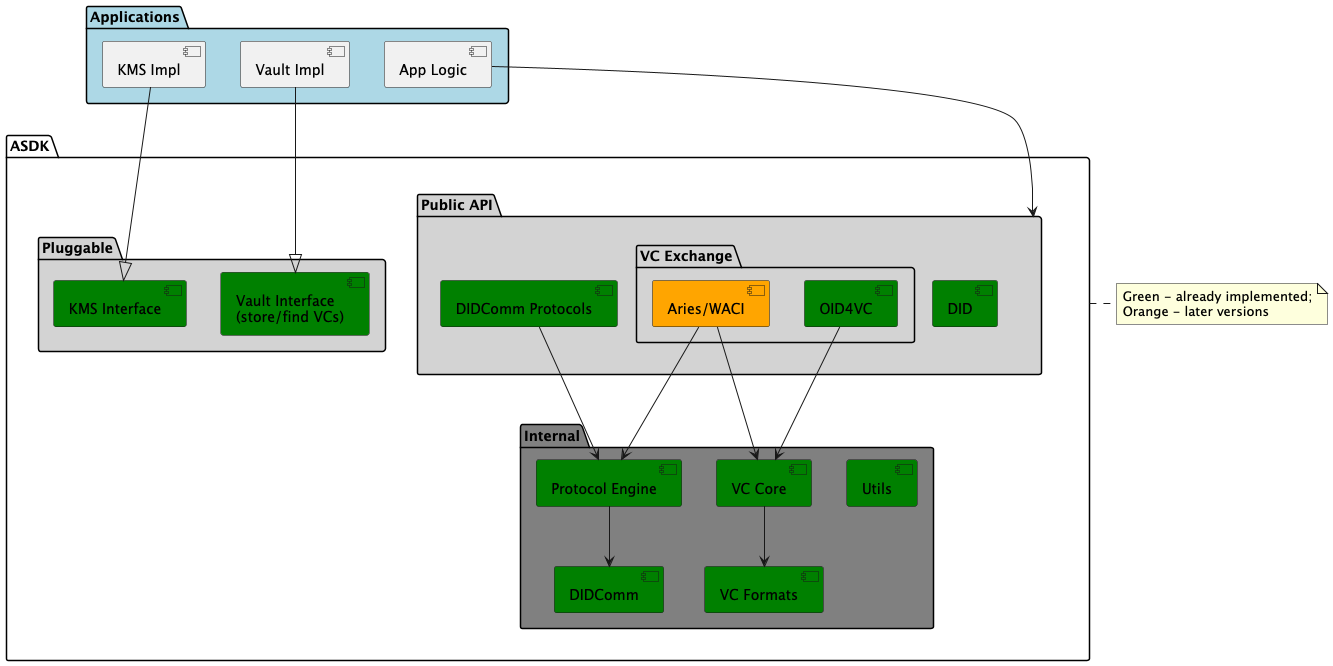
Above: docs/api-tiers.png in equs-ai/equs-credentials-sdk (PlantUML), before the change.
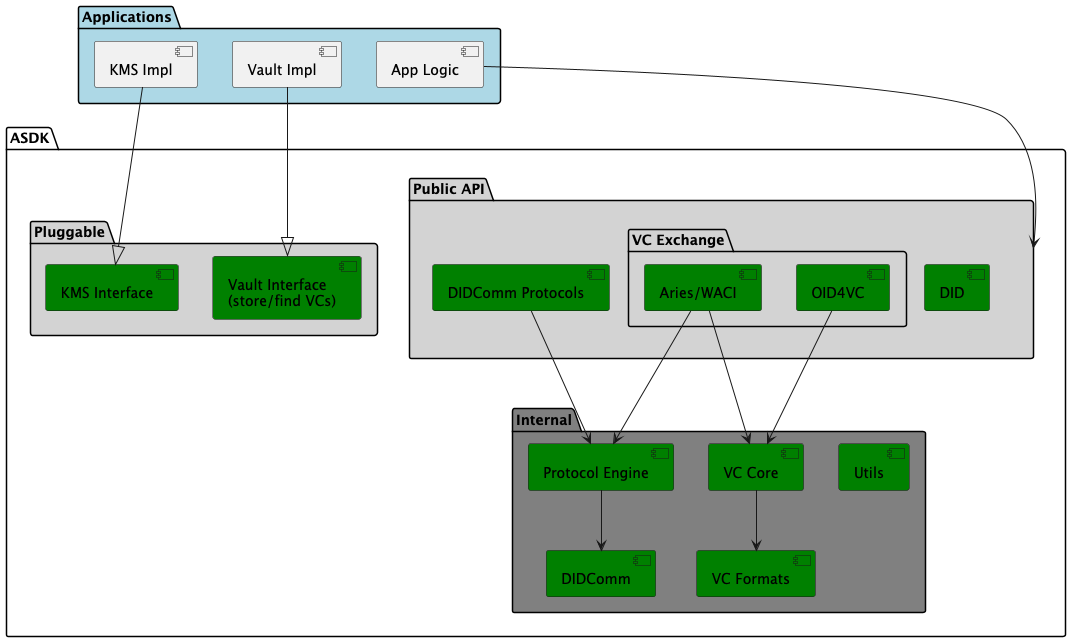
After the change.

What changed in the source:
```diff
@@ -16,7 +16,7 @@
     package "Public API" as API #LightGray {
          package "VC Exchange" as VC1 {
             [OID4VC] as VCOID #Green
-            [Aries/WACI] as AriesWACI #Orange
+            [Aries/WACI] as AriesWACI #Green
          }
          [DIDComm Protocols] as DIDCommP #Green
 
@@ -46,7 +46,6 @@
 KMSApp --|> KMS
 AppL --> API
 
-note right of ASDK: Green - already implemented;\nOrange - later versions
 
 
 @enduml
```
